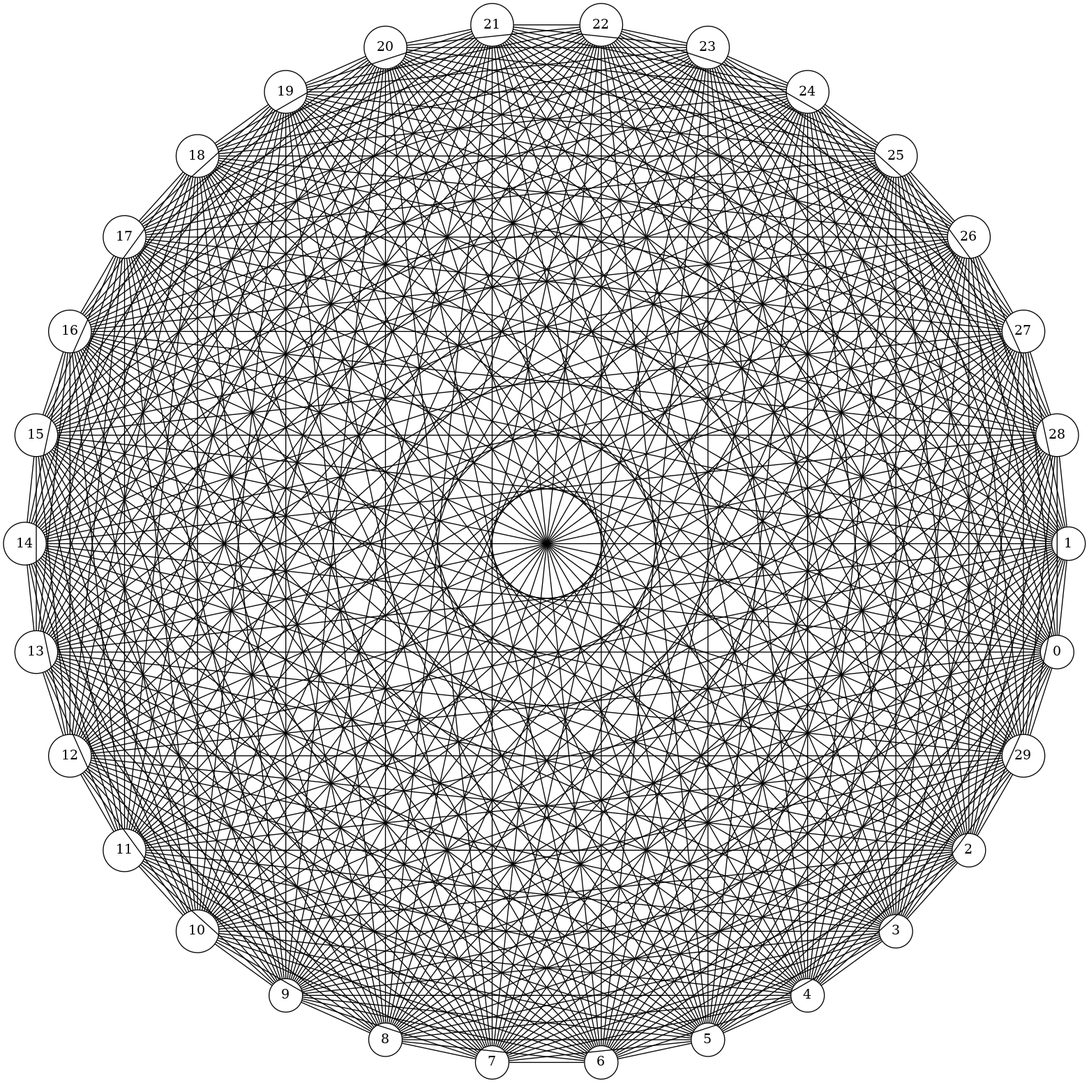
Before: graph.png, a diagram exported from Graphviz (AkiraShougun/Graph-Theory). Its source is kept beside it as graph.dot.
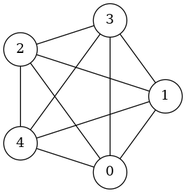
The same file after the commit.

What changed in the source:
```diff
@@ -6,464 +6,14 @@
 2;
 3;
 4;
-5;
-6;
-7;
-8;
-9;
-10;
-11;
-12;
-13;
-14;
-15;
-16;
-17;
-18;
-19;
-20;
-21;
-22;
-23;
-24;
-25;
-26;
-27;
-28;
-29;
-0 -- 1
-0 -- 2
-0 -- 3
-0 -- 4
-0 -- 5
-0 -- 6
-0 -- 7
-0 -- 8
-0 -- 9
-0 -- 10
-0 -- 11
-0 -- 12
-0 -- 13
-0 -- 14
-0 -- 15
-0 -- 16
-0 -- 17
-0 -- 18
-0 -- 19
-0 -- 20
-0 -- 21
-0 -- 22
-0 -- 23
-0 -- 24
-0 -- 25
-0 -- 26
-0 -- 27
-0 -- 28
-0 -- 29
-1 -- 2
-1 -- 3
-1 -- 4
-1 -- 5
-1 -- 6
-1 -- 7
-1 -- 8
-1 -- 9
-1 -- 10
-1 -- 11
-1 -- 12
-1 -- 13
-1 -- 14
-1 -- 15
-1 -- 16
-1 -- 17
-1 -- 18
-1 -- 19
-1 -- 20
-1 -- 21
-1 -- 22
-1 -- 23
-1 -- 24
-1 -- 25
-1 -- 26
-1 -- 27
-1 -- 28
-1 -- 29
-2 -- 3
-2 -- 4
-2 -- 5
-2 -- 6
-2 -- 7
-2 -- 8
-2 -- 9
-2 -- 10
-2 -- 11
-2 -- 12
-2 -- 13
-2 -- 14
-2 -- 15
-2 -- 16
-2 -- 17
-2 -- 18
-2 -- 19
-2 -- 20
-2 -- 21
-2 -- 22
-2 -- 23
-2 -- 24
-2 -- 25
-2 -- 26
-2 -- 27
-2 -- 28
-2 -- 29
-3 -- 4
-3 -- 5
-3 -- 6
-3 -- 7
-3 -- 8
-3 -- 9
-3 -- 10
-3 -- 11
-3 -- 12
-3 -- 13
-3 -- 14
-3 -- 15
-3 -- 16
-3 -- 17
-3 -- 18
-3 -- 19
-3 -- 20
-3 -- 21
-3 -- 22
-3 -- 23
-3 -- 24
-3 -- 25
-3 -- 26
-3 -- 27
-3 -- 28
-3 -- 29
-4 -- 5
-4 -- 6
-4 -- 7
-4 -- 8
-4 -- 9
-4 -- 10
-4 -- 11
-4 -- 12
-4 -- 13
-4 -- 14
-4 -- 15
-4 -- 16
-4 -- 17
-4 -- 18
-4 -- 19
-4 -- 20
-4 -- 21
-4 -- 22
-4 -- 23
-4 -- 24
-4 -- 25
-4 -- 26
-4 -- 27
-4 -- 28
-4 -- 29
-5 -- 6
-5 -- 7
-5 -- 8
-5 -- 9
-5 -- 10
-5 -- 11
-5 -- 12
-5 -- 13
-5 -- 14
-5 -- 15
-5 -- 16
-5 -- 17
-5 -- 18
-5 -- 19
-5 -- 20
-5 -- 21
-5 -- 22
-5 -- 23
-5 -- 24
-5 -- 25
-5 -- 26
-5 -- 27
-5 -- 28
-5 -- 29
-6 -- 7
-6 -- 8
-6 -- 9
-6 -- 10
-6 -- 11
-6 -- 12
-6 -- 13
-6 -- 14
-6 -- 15
-6 -- 16
-6 -- 17
-6 -- 18
-6 -- 19
-6 -- 20
-6 -- 21
-6 -- 22
-6 -- 23
-6 -- 24
-6 -- 25
-6 -- 26
-6 -- 27
-6 -- 28
-6 -- 29
-7 -- 8
-7 -- 9
-7 -- 10
-7 -- 11
-7 -- 12
-7 -- 13
-7 -- 14
-7 -- 15
-7 -- 16
-7 -- 17
-7 -- 18
-7 -- 19
-7 -- 20
-7 -- 21
-7 -- 22
-7 -- 23
-7 -- 24
-7 -- 25
-7 -- 26
-7 -- 27
-7 -- 28
-7 -- 29
-8 -- 9
-8 -- 10
-8 -- 11
-8 -- 12
-8 -- 13
-8 -- 14
-8 -- 15
-8 -- 16
-8 -- 17
-8 -- 18
-8 -- 19
-8 -- 20
-8 -- 21
-8 -- 22
-8 -- 23
-8 -- 24
-8 -- 25
-8 -- 26
-8 -- 27
-8 -- 28
-8 -- 29
-9 -- 10
-9 -- 11
-9 -- 12
-9 -- 13
-9 -- 14
-9 -- 15
-9 -- 16
-9 -- 17
-9 -- 18
-9 -- 19
-9 -- 20
-9 -- 21
-9 -- 22
-9 -- 23
-9 -- 24
-9 -- 25
-9 -- 26
-9 -- 27
-9 -- 28
-9 -- 29
-10 -- 11
-10 -- 12
-10 -- 13
-10 -- 14
-10 -- 15
-10 -- 16
-10 -- 17
-10 -- 18
-10 -- 19
-10 -- 20
-10 -- 21
-10 -- 22
-10 -- 23
-10 -- 24
-10 -- 25
-10 -- 26
-10 -- 27
-10 -- 28
-10 -- 29
-11 -- 12
-11 -- 13
-11 -- 14
-11 -- 15
-11 -- 16
-11 -- 17
-11 -- 18
-11 -- 19
-11 -- 20
-11 -- 21
-11 -- 22
-11 -- 23
-11 -- 24
-11 -- 25
-11 -- 26
-11 -- 27
-11 -- 28
-11 -- 29
-12 -- 13
-12 -- 14
-12 -- 15
-12 -- 16
-12 -- 17
-12 -- 18
-12 -- 19
-12 -- 20
-12 -- 21
-12 -- 22
-12 -- 23
-12 -- 24
-12 -- 25
-12 -- 26
-12 -- 27
-12 -- 28
-12 -- 29
-13 -- 14
-13 -- 15
-13 -- 16
-13 -- 17
-13 -- 18
-13 -- 19
-13 -- 20
-13 -- 21
-13 -- 22
-13 -- 23
-13 -- 24
-13 -- 25
-13 -- 26
-13 -- 27
-13 -- 28
-13 -- 29
-14 -- 15
-14 -- 16
-14 -- 17
-14 -- 18
-14 -- 19
-14 -- 20
-14 -- 21
-14 -- 22
-14 -- 23
-14 -- 24
-14 -- 25
-14 -- 26
-14 -- 27
-14 -- 28
-14 -- 29
-15 -- 16
-15 -- 17
-15 -- 18
-15 -- 19
-15 -- 20
-15 -- 21
-15 -- 22
-15 -- 23
-15 -- 24
-15 -- 25
-15 -- 26
-15 -- 27
-15 -- 28
-15 -- 29
-16 -- 17
-16 -- 18
-16 -- 19
-16 -- 20
-16 -- 21
-16 -- 22
-16 -- 23
-16 -- 24
-16 -- 25
-16 -- 26
-16 -- 27
-16 -- 28
-16 -- 29
-17 -- 18
-17 -- 19
-17 -- 20
-17 -- 21
-17 -- 22
-17 -- 23
-17 -- 24
-17 -- 25
-17 -- 26
-17 -- 27
-17 -- 28
-17 -- 29
-18 -- 19
-18 -- 20
-18 -- 21
-18 -- 22
-18 -- 23
-18 -- 24
-18 -- 25
-18 -- 26
-18 -- 27
-18 -- 28
-18 -- 29
-19 -- 20
-19 -- 21
-19 -- 22
-19 -- 23
-19 -- 24
-19 -- 25
-19 -- 26
-19 -- 27
-19 -- 28
-19 -- 29
-20 -- 21
-20 -- 22
-20 -- 23
-20 -- 24
-20 -- 25
-20 -- 26
-20 -- 27
-20 -- 28
-20 -- 29
-21 -- 22
-21 -- 23
-21 -- 24
-21 -- 25
-21 -- 26
-21 -- 27
-21 -- 28
-21 -- 29
-22 -- 23
-22 -- 24
-22 -- 25
-22 -- 26
-22 -- 27
-22 -- 28
-22 -- 29
-23 -- 24
-23 -- 25
-23 -- 26
-23 -- 27
-23 -- 28
-23 -- 29
-24 -- 25
-24 -- 26
-24 -- 27
-24 -- 28
-24 -- 29
-25 -- 26
-25 -- 27
-25 -- 28
-25 -- 29
-26 -- 27
-26 -- 28
-26 -- 29
-27 -- 28
-27 -- 29
-28 -- 29
+0 -- 1;
+0 -- 2;
+0 -- 3;
+0 -- 4;
+1 -- 2;
+1 -- 3;
+1 -- 4;
+2 -- 3;
+2 -- 4;
+3 -- 4;
 }
```
